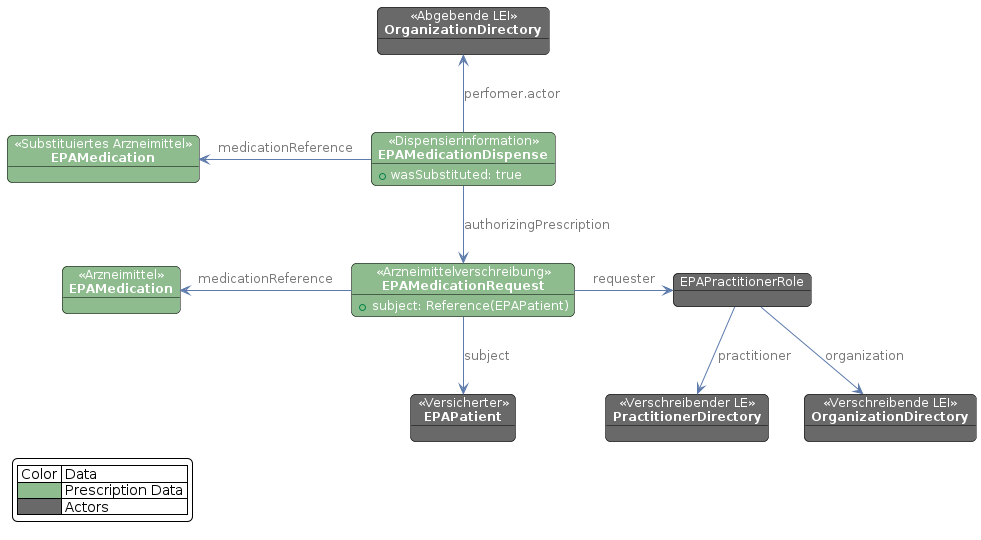
Before: images/plantuml/medication.fhir.substitution.png, a diagram exported from PlantUML (gematik/ePA-Medication).
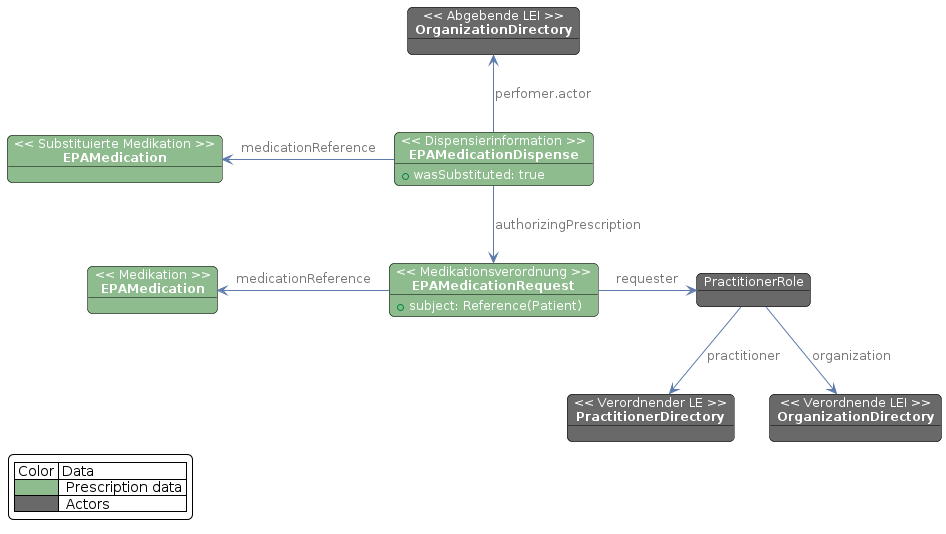
Later version of the same file.

What changed in the source:
```diff
@@ -12,21 +12,20 @@
 }
 skinparam LegendBackgroundColor White
 
-object "<< Versicherter >>\n**EPAPatient**" as Patient
-object "<< Verschreibender LE >>\n**PractitionerDirectory**" as PrescribingPractitioner
-object "<< Verschreibende LEI >>\n**OrganizationDirectory**" as PrescribingOrganization
+object "<< Verordnender LE >>\n**PractitionerDirectory**" as PrescribingPractitioner
+object "<< Verordnende LEI >>\n**OrganizationDirectory**" as PrescribingOrganization
 object "<< Abgebende LEI >>\n**OrganizationDirectory**" as PharmOrganization
-object "EPAPractitionerRole" as PractionerRole
-object "<< Arzneimittel >>\n**EPAMedication**" as Medication #DarkSeaGreen
-object "<< Arzneimittelverschreibung >>\n**EPAMedicationRequest**" as MedicationRequest #DarkSeaGreen {
-    + subject: Reference(EPAPatient)
+object "PractitionerRole" as PractionerRole
+object "<< Medikation >>\n**EPAMedication**" as Medication #DarkSeaGreen
+object "<< Medikationsverordnung >>\n**EPAMedicationRequest**" as MedicationRequest #DarkSeaGreen {
+    + subject: Reference(Patient)
 }
-object "<< Substituiertes Arzneimittel >>\n**EPAMedication**" as AltMedication #DarkSeaGreen
+object "<< Substituierte Medikation >>\n**EPAMedication**" as AltMedication #DarkSeaGreen
 object "<< Dispensierinformation >>\n**EPAMedicationDispense**" as MedicationDispense #DarkSeaGreen {
     + wasSubstituted: true
 }
 
-MedicationRequest -d->  Patient : subject
+
 MedicationRequest -l-> Medication : medicationReference
 MedicationRequest -r-> PractionerRole : requester
 
@@ -39,7 +38,7 @@
 
 legend left
     | Color | Data |
-    |<#DarkSeaGreen>| Prescription Data |
-    |<#DimGrey>| Actors |
+    |<#DarkSeaGreen>|  Prescription data |
+    |<#DimGrey>|  Actors |
 endlegend
 @enduml
```
